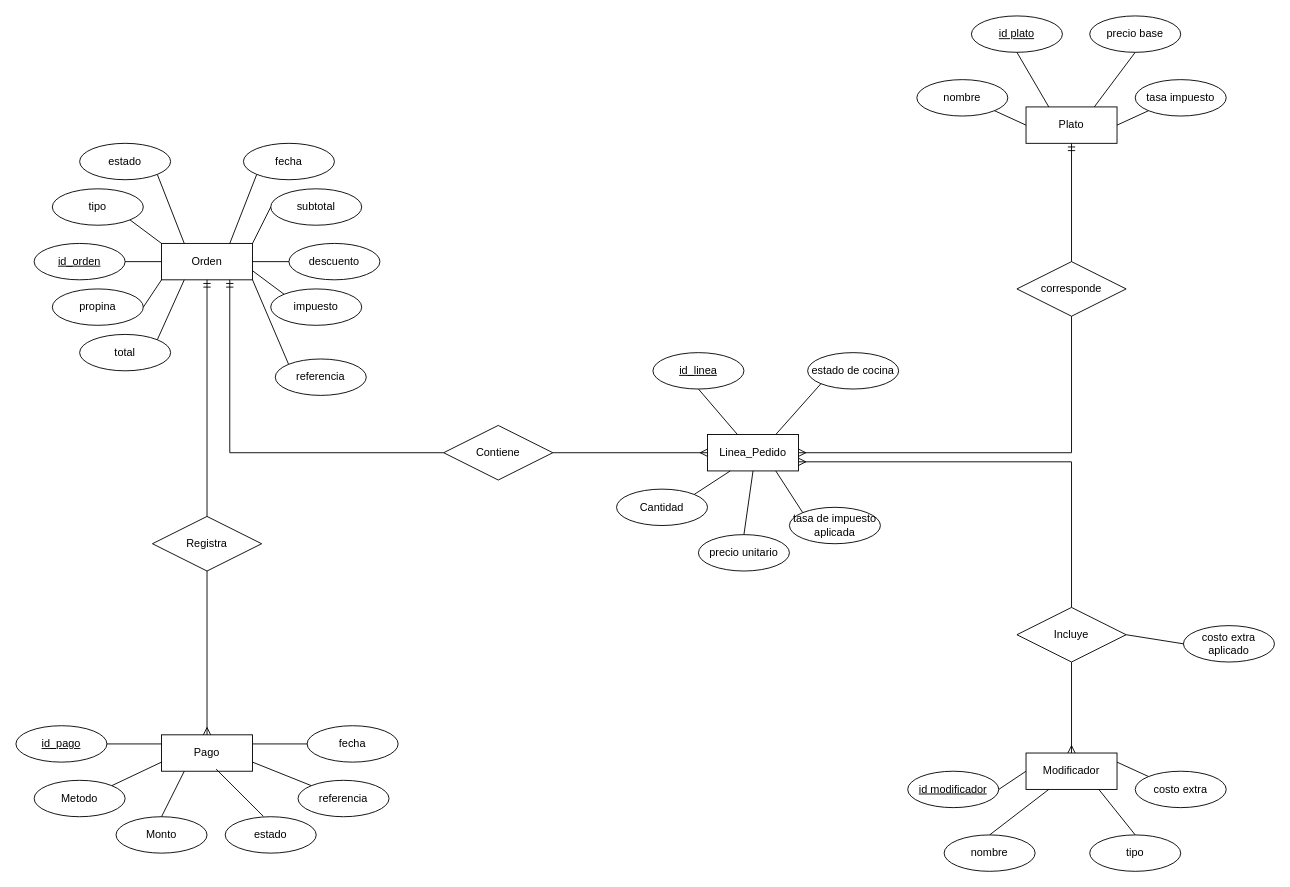
This is diagrama_er_as.drawio from JahirFz/Mapas, a draw.io file, before an edit. Source tidied: cells renumbered, new cells numbered last; positions are measured from the earlier drawing's top-left corner, leaving out a move shared by most shapes. Both pictures are drawn from the tidied source at 91%, with x=0, y=0 at pixel (15, 15).
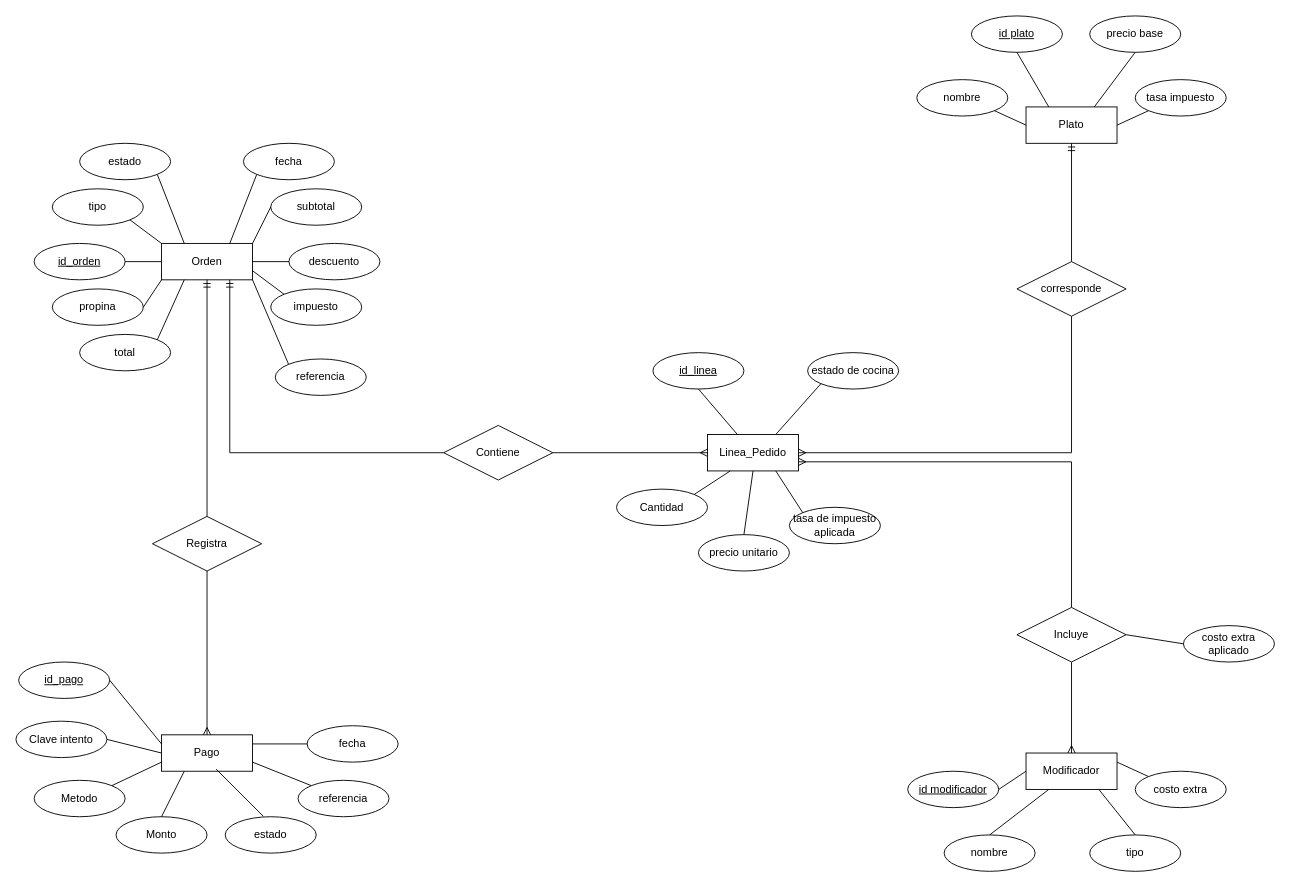
The same diagram, later.

The change refers to these unchanged cells:
```xml
<mxCell id="23" value="Pago" style="whiteSpace=wrap;html=1;align=center;" parent="1" vertex="1">
  <mxGeometry x="160" y="790" width="100" height="40" as="geometry" />
</mxCell>
```

What changed in the source:
```diff
@@
     <mxCell id="24" value="id_pago" style="ellipse;whiteSpace=wrap;html=1;align=center;fontStyle=4;" parent="1" vertex="1">
-      <mxGeometry y="780" width="100" height="40" as="geometry" />
+      <mxGeometry x="3" y="710" width="100" height="40" as="geometry" />
     </mxCell>
@@
+    <mxCell id="79" style="rounded=0;jettySize=auto;html=1;exitX=1;exitY=0.5;exitDx=0;exitDy=0;entryX=0;entryY=0.5;entryDx=0;entryDy=0;endArrow=none;endFill=0;" parent="1" edge="1" target="23">
+      <mxGeometry relative="1" as="geometry">
+        <mxPoint x="100" y="795" as="sourcePoint" />
+      </mxGeometry>
+    </mxCell>
+    <mxCell id="80" value="Clave intento" style="ellipse;whiteSpace=wrap;html=1;align=center;" parent="1" vertex="1">
+      <mxGeometry y="775" width="100" height="40" as="geometry" />
+    </mxCell>
```
